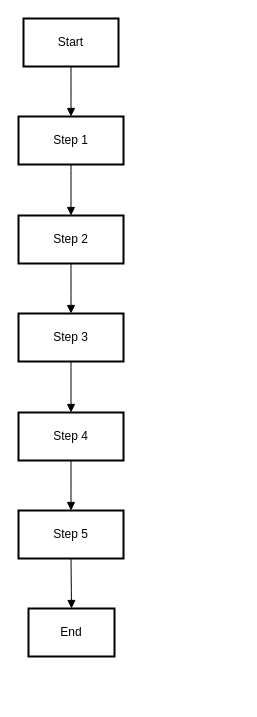
Earlier version of the draw.io diagram DAG.drawio (Max210903/apache_airflow). Source tidied: cells renumbered, new cells numbered last; positions are measured from the earlier drawing's top-left corner, leaving out a move shared by most shapes. Both pictures are drawn from the tidied source at 100%, with x=0, y=0 at pixel (18, 18).
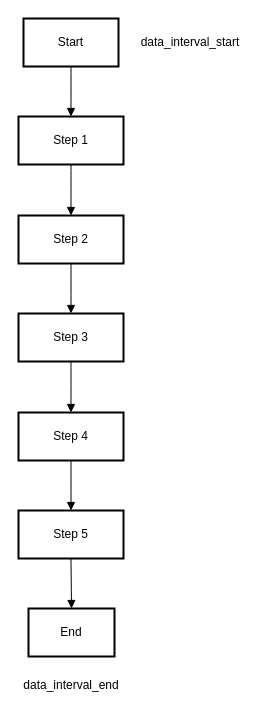
After the change.

Commit message:
DAG BRDRO - Merchant Report.drawio

The edit, as a diff of the source:
```diff
@@
 <mxGraphModel>
   <root>
     <mxCell id="0" />
     <mxCell id="1" parent="0" />
     <mxCell id="2" value="Start" style="whiteSpace=wrap;strokeWidth=2;" parent="1" vertex="1">
       <mxGeometry x="5" width="95" height="48" as="geometry" />
     </mxCell>
     <mxCell id="3" value="Step 1" style="whiteSpace=wrap;strokeWidth=2;" parent="1" vertex="1">
       <mxGeometry y="98" width="105" height="48" as="geometry" />
     </mxCell>
     <mxCell id="4" value="Step 2" style="whiteSpace=wrap;strokeWidth=2;" parent="1" vertex="1">
       <mxGeometry y="197" width="105" height="48" as="geometry" />
     </mxCell>
     <mxCell id="5" value="Step 3" style="whiteSpace=wrap;strokeWidth=2;" parent="1" vertex="1">
       <mxGeometry y="295" width="105" height="48" as="geometry" />
     </mxCell>
     <mxCell id="6" value="Step 4" style="whiteSpace=wrap;strokeWidth=2;" parent="1" vertex="1">
       <mxGeometry y="394" width="105" height="48" as="geometry" />
     </mxCell>
     <mxCell id="7" value="Step 5" style="whiteSpace=wrap;strokeWidth=2;" parent="1" vertex="1">
       <mxGeometry y="492" width="105" height="48" as="geometry" />
     </mxCell>
     <mxCell id="8" value="End" style="whiteSpace=wrap;strokeWidth=2;" parent="1" vertex="1">
       <mxGeometry x="10" y="590" width="86" height="48" as="geometry" />
     </mxCell>
     <mxCell id="9" style="curved=1;startArrow=none;endArrow=block;exitX=0.5;exitY=1.01;entryX=0.5;entryY=0.01;" parent="1" edge="1" source="2" target="3">
       <mxGeometry relative="1" as="geometry" />
     </mxCell>
     <mxCell id="10" style="curved=1;startArrow=none;endArrow=block;exitX=0.5;exitY=1.02;entryX=0.5;entryY=0;" parent="1" edge="1" source="3" target="4">
       <mxGeometry relative="1" as="geometry" />
     </mxCell>
     <mxCell id="11" style="curved=1;startArrow=none;endArrow=block;exitX=0.5;exitY=1;entryX=0.5;entryY=0;" parent="1" edge="1" source="4" target="5">
       <mxGeometry relative="1" as="geometry" />
     </mxCell>
     <mxCell id="12" style="curved=1;startArrow=none;endArrow=block;exitX=0.5;exitY=1.01;entryX=0.5;entryY=-0.01;" parent="1" edge="1" source="5" target="6">
       <mxGeometry relative="1" as="geometry" />
     </mxCell>
     <mxCell id="13" style="curved=1;startArrow=none;endArrow=block;exitX=0.5;exitY=1;entryX=0.5;entryY=0;" parent="1" edge="1" source="6" target="7">
       <mxGeometry relative="1" as="geometry" />
     </mxCell>
     <mxCell id="14" style="curved=1;startArrow=none;endArrow=block;exitX=0.5;exitY=1.01;entryX=0.5;entryY=0.01;" parent="1" edge="1" source="7" target="8">
       <mxGeometry relative="1" as="geometry" />
     </mxCell>
+    <mxCell id="15" value="data_interval_start" style="text;html=1;align=center;verticalAlign=middle;whiteSpace=wrap;rounded=0;" parent="1" vertex="1">
+      <mxGeometry x="142" y="9" width="60" height="30" as="geometry" />
+    </mxCell>
+    <mxCell id="16" value="data_interval_end" style="text;html=1;align=center;verticalAlign=middle;whiteSpace=wrap;rounded=0;" parent="1" vertex="1">
+      <mxGeometry x="23" y="652" width="60" height="30" as="geometry" />
+    </mxCell>
   </root>
 </mxGraphModel>
```
